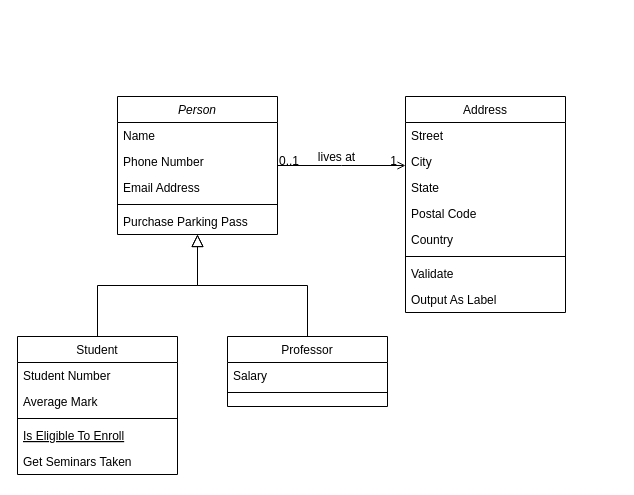
Above: class.drawio in kevincardenas990/random_restaurant (draw.io), before the change. Source tidied: cells renumbered, new cells numbered last; positions are measured from the earlier drawing's top-left corner, leaving out a move shared by most shapes. Both pictures are drawn from the tidied source at 100%, with x=0, y=0 at pixel (17, 96).
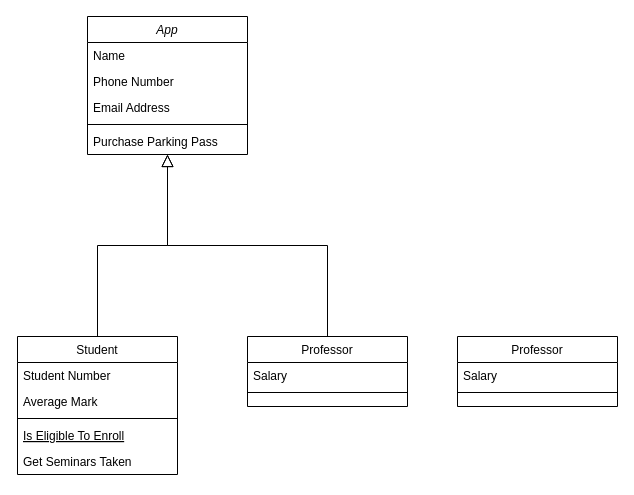
Above is the later version.

The edit, as a diff of the source:
```diff
@@
-    <mxCell id="2" value="Person" style="swimlane;fontStyle=2;align=center;verticalAlign=top;horizontal=1;startSize=26;rounded=0;shadow=0;strokeWidth=1;" parent="1" vertex="1">
-      <mxGeometry x="100" width="160" height="138" as="geometry" />
+    <mxCell id="2" value="App" style="swimlane;fontStyle=2;align=center;verticalAlign=top;horizontal=1;startSize=26;rounded=0;shadow=0;strokeWidth=1;" parent="1" vertex="1">
+      <mxGeometry x="70" y="-80" width="160" height="138" as="geometry" />
     </mxCell>
@@
     <mxCell id="15" value="Professor" style="swimlane;fontStyle=0;align=center;verticalAlign=top;horizontal=1;startSize=26;rounded=0;shadow=0;strokeWidth=1;" parent="1" vertex="1">
-      <mxGeometry x="210" y="240" width="160" height="70" as="geometry" />
+      <mxGeometry x="230" y="240" width="160" height="70" as="geometry" />
     </mxCell>
@@
-    <mxCell id="19" value="Address" style="swimlane;fontStyle=0;align=center;verticalAlign=top;horizontal=1;startSize=26;rounded=0;shadow=0;strokeWidth=1;" parent="1" vertex="1">
-      <mxGeometry x="388" width="160" height="216" as="geometry" />
-    </mxCell>
-    <mxCell id="20" value="Street" style="text;align=left;verticalAlign=top;spacingLeft=4;spacingRight=4;overflow=hidden;" parent="19" vertex="1">
-      <mxGeometry y="26" width="160" height="26" as="geometry" />
-    </mxCell>
-    <mxCell id="21" value="City" style="text;align=left;verticalAlign=top;spacingLeft=4;spacingRight=4;overflow=hidden;rounded=0;shadow=0;html=0;" parent="19" vertex="1">
-      <mxGeometry y="52" width="160" height="26" as="geometry" />
-    </mxCell>
-    <mxCell id="22" value="State" style="text;align=left;verticalAlign=top;spacingLeft=4;spacingRight=4;overflow=hidden;rounded=0;shadow=0;html=0;" parent="19" vertex="1">
-      <mxGeometry y="78" width="160" height="26" as="geometry" />
-    </mxCell>
-    <mxCell id="23" value="Postal Code" style="text;align=left;verticalAlign=top;spacingLeft=4;spacingRight=4;overflow=hidden;rounded=0;shadow=0;html=0;" parent="19" vertex="1">
-      <mxGeometry y="104" width="160" height="26" as="geometry" />
-    </mxCell>
-    <mxCell id="24" value="Country" style="text;align=left;verticalAlign=top;spacingLeft=4;spacingRight=4;overflow=hidden;rounded=0;shadow=0;html=0;" parent="19" vertex="1">
-      <mxGeometry y="130" width="160" height="26" as="geometry" />
-    </mxCell>
-    <mxCell id="25" style="line;html=1;strokeWidth=1;align=left;verticalAlign=middle;spacingTop=-1;spacingLeft=3;spacingRight=3;labelPosition=right;" parent="19" vertex="1">
-      <mxGeometry y="156" width="160" height="8" as="geometry" />
-    </mxCell>
-    <mxCell id="26" value="Validate" style="text;align=left;verticalAlign=top;spacingLeft=4;spacingRight=4;overflow=hidden;" parent="19" vertex="1">
-      <mxGeometry y="164" width="160" height="26" as="geometry" />
-    </mxCell>
-    <mxCell id="27" value="Output As Label" style="text;align=left;verticalAlign=top;spacingLeft=4;spacingRight=4;overflow=hidden;" parent="19" vertex="1">
-      <mxGeometry y="190" width="160" height="26" as="geometry" />
-    </mxCell>
-    <mxCell id="28" style="endArrow=open;shadow=0;strokeWidth=1;rounded=0;endFill=1;edgeStyle=elbowEdgeStyle;elbow=vertical;" parent="1" edge="1" source="2" target="19">
-      <mxGeometry x="0.5" y="41" relative="1" as="geometry">
-        <mxPoint x="-40" y="32" as="offset" />
-      </mxGeometry>
-    </mxCell>
-    <mxCell id="29" value="0..1" style="align=left;verticalAlign=bottom;labelBackgroundColor=none;fontSize=12;" parent="28" vertex="1">
-      <mxGeometry x="-1" relative="1" as="geometry">
-        <mxPoint y="4" as="offset" />
-      </mxGeometry>
-    </mxCell>
-    <mxCell id="30" value="1" style="align=right;verticalAlign=bottom;labelBackgroundColor=none;fontSize=12;" parent="28" vertex="1">
-      <mxGeometry x="1" relative="1" as="geometry">
-        <mxPoint x="-7" y="4" as="offset" />
-      </mxGeometry>
-    </mxCell>
-    <mxCell id="31" value="lives at" style="text;html=1;align=center;verticalAlign=middle;labelBackgroundColor=none;rounded=0;shadow=0;strokeWidth=1;fontSize=12;" parent="28" vertex="1">
-      <mxGeometry x="0.5" y="49" relative="1" as="geometry">
-        <mxPoint x="-38" y="40" as="offset" />
-      </mxGeometry>
-    </mxCell>
+    <mxCell id="32" value="Professor" style="swimlane;fontStyle=0;align=center;verticalAlign=top;horizontal=1;startSize=26;rounded=0;shadow=0;strokeWidth=1;" parent="1" vertex="1">
+      <mxGeometry x="440" y="240" width="160" height="70" as="geometry" />
+    </mxCell>
+    <mxCell id="33" value="Salary" style="text;align=left;verticalAlign=top;spacingLeft=4;spacingRight=4;overflow=hidden;" parent="32" vertex="1">
+      <mxGeometry y="26" width="160" height="26" as="geometry" />
+    </mxCell>
+    <mxCell id="34" style="line;html=1;strokeWidth=1;align=left;verticalAlign=middle;spacingTop=-1;spacingLeft=3;spacingRight=3;labelPosition=right;" parent="32" vertex="1">
+      <mxGeometry y="52" width="160" height="8" as="geometry" />
+    </mxCell>
```
